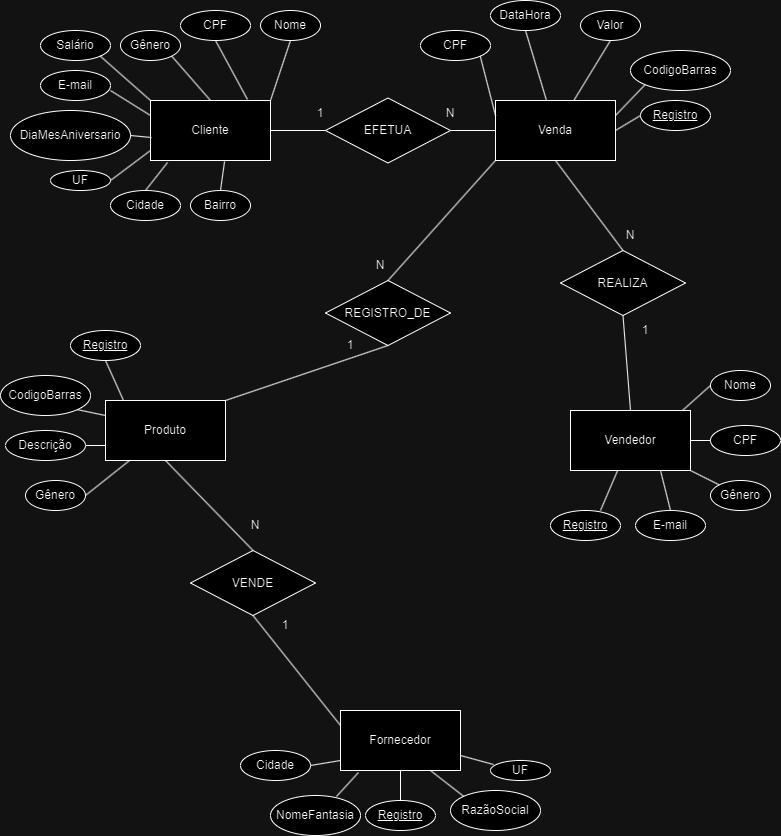
The draw.io diagram Banco_de_Dados_Relacional/5.01.der-vendas/der-vendas.drawio.png in tgoalm/Memorial_PUCRS, before a commit. Source tidied: cells renumbered, new cells last; positions are measured from the earlier drawing's top-left corner, leaving out a move shared by most shapes.
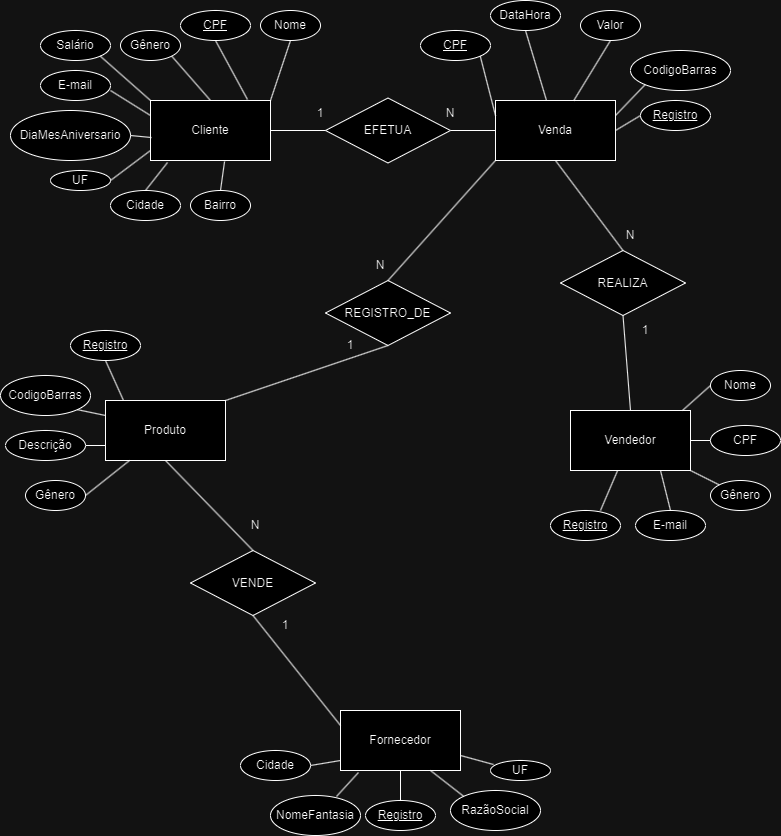
The same file after the commit.

Commit message:
Atualizando imagem do item 5.01.

Change to the diagram source:
```diff
@@ -5,7 +5,7 @@
     <mxCell id="2" value="Cliente" style="rounded=0;whiteSpace=wrap;html=1;" parent="1" vertex="1">
       <mxGeometry x="150" y="100" width="120" height="60" as="geometry" />
     </mxCell>
-    <mxCell id="3" value="CPF" style="ellipse;whiteSpace=wrap;html=1;" parent="1" vertex="1">
+    <mxCell id="3" value="&lt;u&gt;CPF&lt;/u&gt;" style="ellipse;whiteSpace=wrap;html=1;" parent="1" vertex="1">
       <mxGeometry x="180" y="10" width="70" height="30" as="geometry" />
     </mxCell>
     <mxCell id="4" style="endArrow=none;html=1;rounded=0;entryX=0.5;entryY=1;entryDx=0;entryDy=0;exitX=0.808;exitY=-0.017;exitDx=0;exitDy=0;exitPerimeter=0;" parent="1" edge="1" source="2" target="3">
@@ -179,7 +179,7 @@
         <mxPoint x="340" y="760" as="targetPoint" />
       </mxGeometry>
     </mxCell>
-    <mxCell id="59" value="CPF" style="ellipse;whiteSpace=wrap;html=1;" parent="1" vertex="1">
+    <mxCell id="59" value="&lt;u&gt;CPF&lt;/u&gt;" style="ellipse;whiteSpace=wrap;html=1;" parent="1" vertex="1">
       <mxGeometry x="420" y="30" width="70" height="30" as="geometry" />
     </mxCell>
     <mxCell id="60" style="endArrow=none;html=1;rounded=0;entryX=1;entryY=1;entryDx=0;entryDy=0;exitX=0;exitY=0.25;exitDx=0;exitDy=0;" parent="1" edge="1" source="21" target="59">
```
